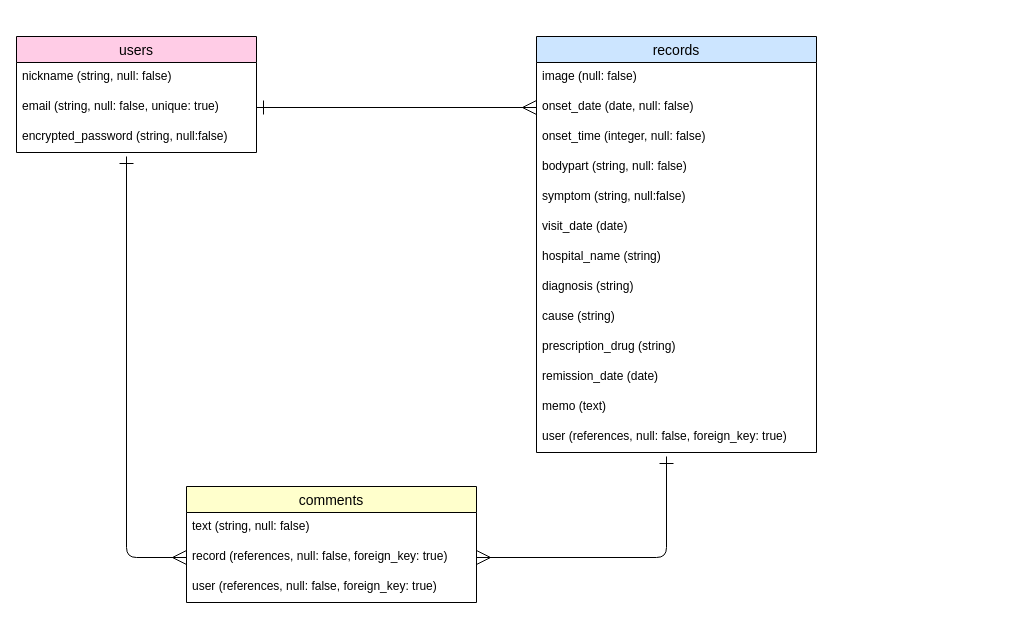
Before: erd.dio in aya-mex/hifunote-2, a draw.io diagram. Source tidied: cells renumbered, new cells numbered last; positions are measured from the earlier drawing's top-left corner, leaving out a move shared by most shapes. Both pictures are drawn from the tidied source at 100%, with x=0, y=0 at pixel (16, 36).
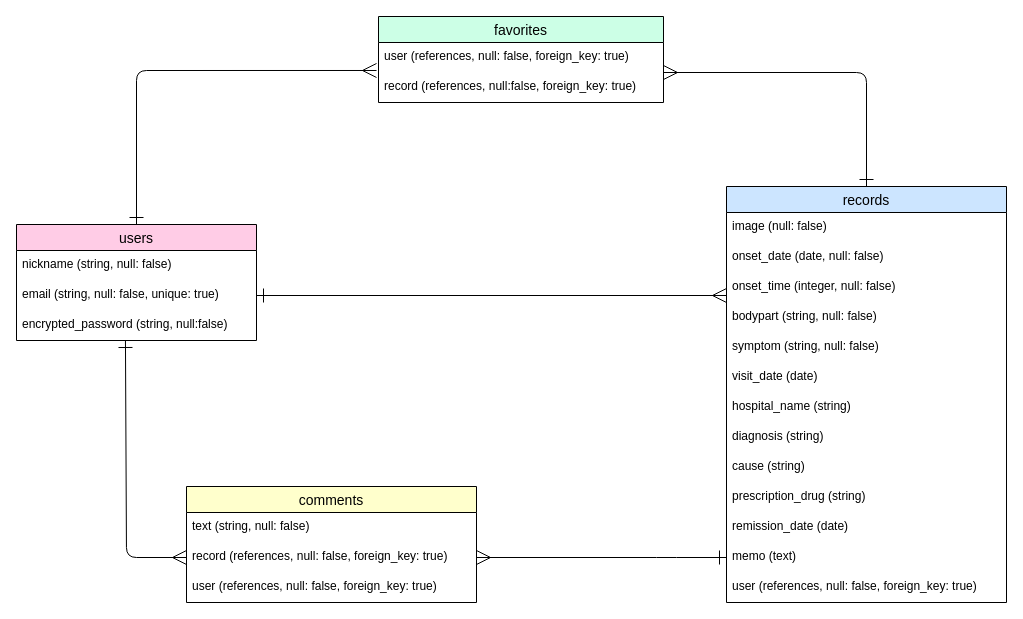
Above is the later version.

The change refers to these unchanged cells:
```xml
<mxCell id="4" value="email (string, null: false, unique: true)" style="text;strokeColor=none;fillColor=none;spacingLeft=4;spacingRight=4;overflow=hidden;points=[[0,0.5],[1,0.5]];portConstraint=eastwest;fontSize=12;" parent="2" vertex="1">
  <mxGeometry y="56" width="240" height="30" as="geometry" />
</mxCell>
<mxCell id="5" value="encrypted_password (string, null:false)" style="text;strokeColor=none;fillColor=none;spacingLeft=4;spacingRight=4;overflow=hidden;points=[[0,0.5],[1,0.5]];portConstraint=eastwest;fontSize=12;" parent="2" vertex="1">
  <mxGeometry y="86" width="240" height="30" as="geometry" />
</mxCell>
<mxCell id="8" value="onset_date (date, null: false)" style="text;strokeColor=none;fillColor=none;spacingLeft=4;spacingRight=4;overflow=hidden;points=[[0,0.5],[1,0.5]];portConstraint=eastwest;fontSize=12;" parent="6" vertex="1">
  <mxGeometry y="56" width="280" height="30" as="geometry" />
</mxCell>
<mxCell id="18" value="memo (text)" style="text;strokeColor=none;fillColor=none;spacingLeft=4;spacingRight=4;overflow=hidden;points=[[0,0.5],[1,0.5]];portConstraint=eastwest;fontSize=12;" parent="6" vertex="1">
  <mxGeometry y="356" width="280" height="30" as="geometry" />
</mxCell>
<mxCell id="22" value="record (references, null: false, foreign_key: true)" style="text;strokeColor=none;fillColor=none;spacingLeft=4;spacingRight=4;overflow=hidden;points=[[0,0.5],[1,0.5]];portConstraint=eastwest;fontSize=12;" parent="20" vertex="1">
  <mxGeometry y="56" width="290" height="30" as="geometry" />
</mxCell>
```

What changed in the source:
```diff
@@
     <mxCell id="2" value="users" style="swimlane;fontStyle=0;horizontal=1;startSize=26;align=center;fontSize=14;fillColor=#FFCCE6;fontColor=#000000;" parent="1" vertex="1">
-      <mxGeometry width="240" height="116" as="geometry" />
+      <mxGeometry y="188" width="240" height="116" as="geometry" />
     </mxCell>
@@
     <mxCell id="6" value="records" style="swimlane;fontStyle=0;horizontal=1;startSize=26;align=center;fontSize=14;fillColor=#CCE5FF;fontColor=#000000;" parent="1" vertex="1">
-      <mxGeometry x="520" width="280" height="416" as="geometry" />
+      <mxGeometry x="710" y="150" width="280" height="416" as="geometry" />
     </mxCell>
@@
-    <mxCell id="11" value="symptom (string, null:false)" style="text;strokeColor=none;fillColor=none;spacingLeft=4;spacingRight=4;overflow=hidden;fontSize=12;" parent="6" vertex="1">
+    <mxCell id="11" value="symptom (string, null: false)" style="text;strokeColor=none;fillColor=none;spacingLeft=4;spacingRight=4;overflow=hidden;fontSize=12;" parent="6" vertex="1">
       <mxGeometry y="146" width="280" height="30" as="geometry" />
     </mxCell>
@@
-    <mxCell id="24" style="edgeStyle=none;html=1;entryX=0;entryY=0.5;entryDx=0;entryDy=0;startArrow=ERone;startFill=0;endArrow=ERmany;endFill=0;endSize=12;startSize=12;" parent="1" edge="1" source="4" target="8">
-      <mxGeometry relative="1" as="geometry" />
+    <mxCell id="24" style="edgeStyle=none;html=1;startArrow=ERone;startFill=0;endArrow=ERmany;endFill=0;endSize=12;startSize=12;" parent="1" edge="1" source="4">
+      <mxGeometry relative="1" as="geometry">
+        <mxPoint x="710" y="259" as="targetPoint" />
+      </mxGeometry>
     </mxCell>
-    <mxCell id="25" style="edgeStyle=none;html=1;entryX=1;entryY=0.5;entryDx=0;entryDy=0;startArrow=ERone;startFill=0;endArrow=ERmany;endFill=0;startSize=12;endSize=12;strokeWidth=1;" parent="1" edge="1" target="22">
+    <mxCell id="25" style="edgeStyle=none;html=1;entryX=1;entryY=0.5;entryDx=0;entryDy=0;startArrow=ERone;startFill=0;endArrow=ERmany;endFill=0;startSize=12;endSize=12;strokeWidth=1;exitX=0;exitY=0.5;exitDx=0;exitDy=0;" parent="1" edge="1" source="18" target="22">
       <mxGeometry relative="1" as="geometry">
-        <mxPoint x="650" y="420" as="sourcePoint" />
         <Array as="points">
           <mxPoint x="650" y="521" />
         </Array>
       </mxGeometry>
     </mxCell>
-    <mxCell id="26" style="edgeStyle=none;html=1;startArrow=ERmany;startFill=0;endArrow=ERone;endFill=0;startSize=12;endSize=12;strokeWidth=1;exitX=0;exitY=0.5;exitDx=0;exitDy=0;" parent="1" edge="1" source="22">
+    <mxCell id="26" style="edgeStyle=none;html=1;startArrow=ERmany;startFill=0;endArrow=ERone;endFill=0;startSize=12;endSize=12;strokeWidth=1;exitX=0;exitY=0.5;exitDx=0;exitDy=0;entryX=0.454;entryY=1;entryDx=0;entryDy=0;entryPerimeter=0;" parent="1" edge="1" source="22" target="5">
       <mxGeometry relative="1" as="geometry">
-        <mxPoint x="110" y="120" as="targetPoint" />
         <Array as="points">
           <mxPoint x="110" y="521" />
         </Array>
       </mxGeometry>
     </mxCell>
+    <mxCell id="27" value="favorites" style="swimlane;fontStyle=0;horizontal=1;startSize=26;align=center;fontSize=14;fillColor=#CCFFE6;fontColor=#000000;strokeColor=#000000;" parent="1" vertex="1">
+      <mxGeometry x="362" y="-20" width="285" height="86" as="geometry" />
+    </mxCell>
+    <mxCell id="28" value="user (references, null: false, foreign_key: true)" style="text;strokeColor=none;fillColor=none;spacingLeft=4;spacingRight=4;overflow=hidden;fontSize=12;" parent="27" vertex="1">
+      <mxGeometry y="26" width="285" height="30" as="geometry" />
+    </mxCell>
+    <mxCell id="29" value="record (references, null:false, foreign_key: true)" style="text;strokeColor=none;fillColor=none;spacingLeft=4;spacingRight=4;overflow=hidden;points=[[0,0.5],[1,0.5]];portConstraint=eastwest;fontSize=12;" parent="27" vertex="1">
+      <mxGeometry y="56" width="285" height="30" as="geometry" />
+    </mxCell>
+    <mxCell id="30" style="edgeStyle=none;html=1;entryX=0.5;entryY=0;entryDx=0;entryDy=0;fontColor=#000000;exitX=-0.007;exitY=-0.067;exitDx=0;exitDy=0;exitPerimeter=0;startArrow=ERmany;startFill=0;endSize=12;startSize=12;endArrow=ERone;endFill=0;" parent="1" edge="1" source="29" target="2">
+      <mxGeometry relative="1" as="geometry">
+        <Array as="points">
+          <mxPoint x="120" y="34" />
+        </Array>
+      </mxGeometry>
+    </mxCell>
+    <mxCell id="31" style="edgeStyle=none;html=1;entryX=0.5;entryY=0;entryDx=0;entryDy=0;fontColor=#000000;startArrow=ERmany;startFill=0;endArrow=ERone;endFill=0;startSize=12;endSize=12;exitX=1;exitY=0;exitDx=0;exitDy=0;exitPerimeter=0;" parent="1" edge="1" source="29" target="6">
+      <mxGeometry relative="1" as="geometry">
+        <Array as="points">
+          <mxPoint x="850" y="36" />
+        </Array>
+      </mxGeometry>
+    </mxCell>
```
